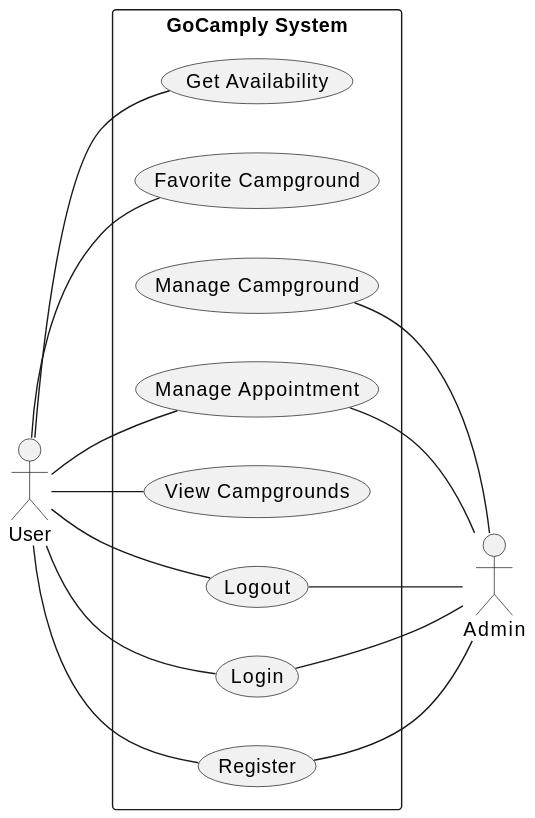
aimon-tnp/GoCamply keeps this PlantUML diagram as docs/diagrams/usecase/Use Case Diagram.svg. Above is the earlier version. The source it was exported from:
```plantuml
@startuml
left to right direction
actor "User" as user
rectangle "GoCamply System" as GoCamplySystem {
    usecase "Register" as register
    usecase "Login" as login
    usecase "Logout" as logout
    usecase "View Campgrounds" as viewCampgrounds
    usecase "Manage Appointment" as manageAppt
    usecase "Manage Campground" as manageCampground
    usecase "Favorite Campground" as favoriteCampground
    usecase "Get Availability" as getAvailability
}

user -- register
user -- viewCampgrounds
user -- manageAppt
user -- favoriteCampground
user -- login
user -- logout
user -- getAvailability

actor "Admin" as admin
register -- admin
login -- admin
logout -- admin
manageCampground -- admin
manageAppt -- admin
@enduml
```
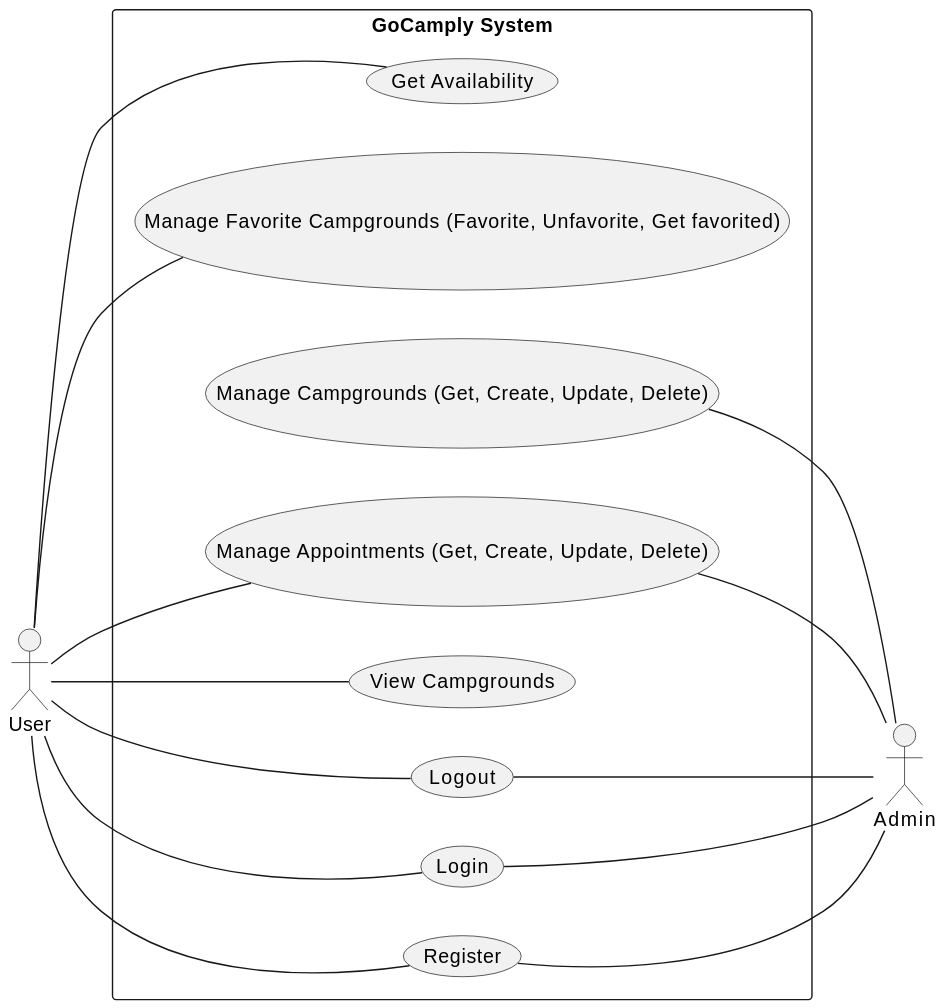
The same diagram one commit later.

Commit message:
revised use case diagram

What changed in the source:
```diff
@@ -6,9 +6,9 @@
     usecase "Login" as login
     usecase "Logout" as logout
     usecase "View Campgrounds" as viewCampgrounds
-    usecase "Manage Appointment" as manageAppt
-    usecase "Manage Campground" as manageCampground
-    usecase "Favorite Campground" as favoriteCampground
+    usecase "Manage Appointments (Get, Create, Update, Delete)" as manageAppt
+    usecase "Manage Campgrounds (Get, Create, Update, Delete)" as manageCampground
+    usecase "Manage Favorite Campgrounds (Favorite, Unfavorite, Get favorited)" as favoriteCampground
     usecase "Get Availability" as getAvailability
 }
 
```
